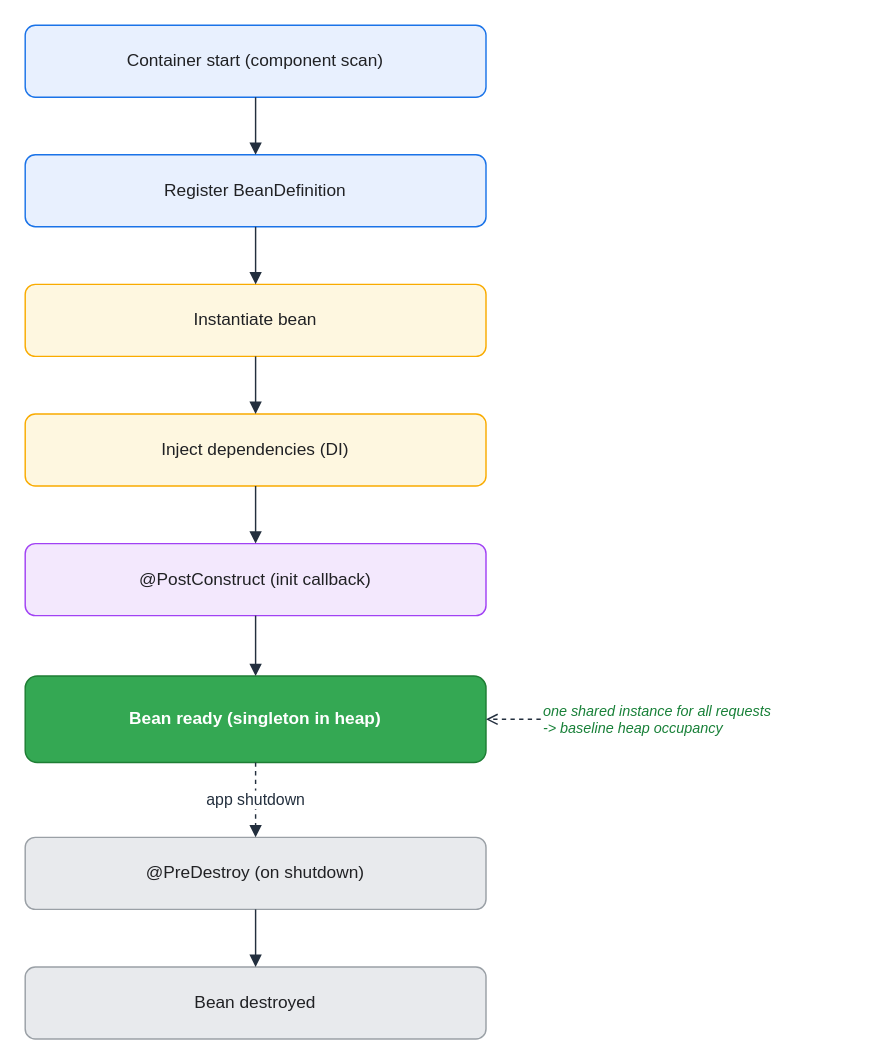
KKamJi98/kkamji98.github.io keeps this draw.io diagram as assets/img/spring/spring-04-bean-lifecycle.drawio. Above is the earlier version. Source tidied: cells renumbered, new cells numbered last; positions are measured from the earlier drawing's top-left corner, leaving out a move shared by most shapes. Both pictures are drawn from the tidied source at 144%, with x=0, y=0 at pixel (24, 24).
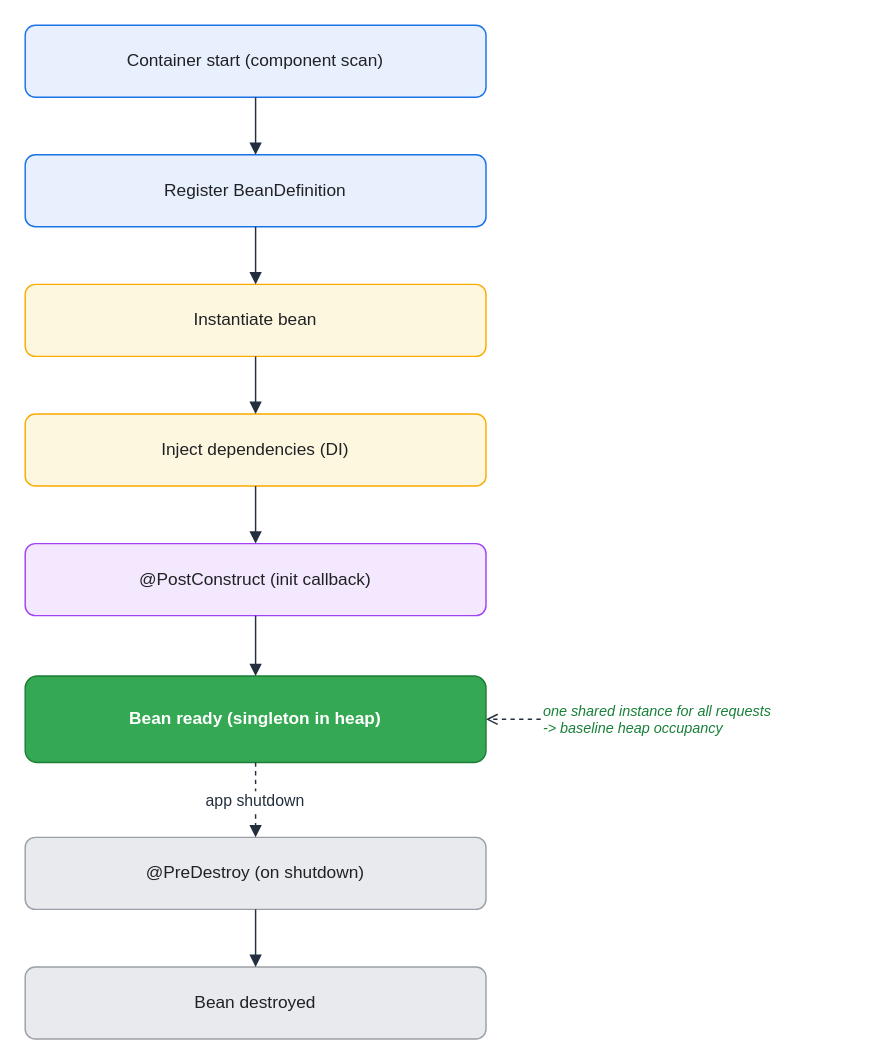
After the change.

The edit, as a diff of the source:
```diff
@@
 <mxGraphModel background="#FFFFFF">
   <root>
     <mxCell id="0" />
     <mxCell id="1" parent="0" />
     <mxCell id="2" value="Container start (component scan)" style="rounded=1;whiteSpace=wrap;html=1;arcSize=14;shadow=0;fillColor=#E8F0FE;strokeColor=#1A73E8;fontColor=#202124;" parent="1" vertex="1">
       <mxGeometry width="320" height="50" as="geometry" />
     </mxCell>
     <mxCell id="3" value="Register BeanDefinition" style="rounded=1;whiteSpace=wrap;html=1;arcSize=14;shadow=0;fillColor=#E8F0FE;strokeColor=#1A73E8;fontColor=#202124;" parent="1" vertex="1">
       <mxGeometry y="90" width="320" height="50" as="geometry" />
     </mxCell>
     <mxCell id="4" value="Instantiate bean" style="rounded=1;whiteSpace=wrap;html=1;arcSize=14;shadow=0;fillColor=#FEF7E0;strokeColor=#F9AB00;fontColor=#202124;" parent="1" vertex="1">
       <mxGeometry y="180" width="320" height="50" as="geometry" />
     </mxCell>
     <mxCell id="5" value="Inject dependencies (DI)" style="rounded=1;whiteSpace=wrap;html=1;arcSize=14;shadow=0;fillColor=#FEF7E0;strokeColor=#F9AB00;fontColor=#202124;" parent="1" vertex="1">
       <mxGeometry y="270" width="320" height="50" as="geometry" />
     </mxCell>
     <mxCell id="6" value="@PostConstruct (init callback)" style="rounded=1;whiteSpace=wrap;html=1;arcSize=14;shadow=0;fillColor=#F3E8FD;strokeColor=#A142F4;fontColor=#202124;" parent="1" vertex="1">
       <mxGeometry y="360" width="320" height="50" as="geometry" />
     </mxCell>
     <mxCell id="7" value="&lt;font style=&quot;color: rgb(255, 255, 255);&quot;&gt;Bean ready (singleton in heap)&lt;/font&gt;" style="rounded=1;whiteSpace=wrap;html=1;arcSize=14;shadow=0;fillColor=#34A853;strokeColor=#1E7E34;fontColor=#FFFFFF;fontStyle=1;" parent="1" vertex="1">
       <mxGeometry y="452" width="320" height="60" as="geometry" />
     </mxCell>
     <mxCell id="8" value="@PreDestroy (on shutdown)" style="rounded=1;whiteSpace=wrap;html=1;arcSize=14;shadow=0;fillColor=#E8EAED;strokeColor=#9AA0A6;fontColor=#202124;" parent="1" vertex="1">
       <mxGeometry y="564" width="320" height="50" as="geometry" />
     </mxCell>
     <mxCell id="9" value="Bean destroyed" style="rounded=1;whiteSpace=wrap;html=1;arcSize=14;shadow=0;fillColor=#E8EAED;strokeColor=#9AA0A6;fontColor=#202124;" parent="1" vertex="1">
       <mxGeometry y="654" width="320" height="50" as="geometry" />
     </mxCell>
     <mxCell id="10" value="one shared instance for all requests&#10;-&gt; baseline heap occupancy" style="text;html=1;align=left;verticalAlign=middle;whiteSpace=wrap;fontSize=10;fontColor=#188038;fontStyle=2;" parent="1" vertex="1">
       <mxGeometry x="358" y="452" width="220" height="60" as="geometry" />
     </mxCell>
     <mxCell id="11" style="edgeStyle=orthogonalEdgeStyle;rounded=1;html=1;strokeColor=#232F3E;fontColor=#232F3E;labelBackgroundColor=none;endArrow=block;exitX=0.5;exitY=1;exitDx=0;exitDy=0;entryX=0.5;entryY=0;entryDx=0;entryDy=0;" parent="1" edge="1" source="2" target="3">
       <mxGeometry relative="1" as="geometry" />
     </mxCell>
     <mxCell id="12" style="edgeStyle=orthogonalEdgeStyle;rounded=1;html=1;strokeColor=#232F3E;fontColor=#232F3E;labelBackgroundColor=none;endArrow=block;exitX=0.5;exitY=1;exitDx=0;exitDy=0;entryX=0.5;entryY=0;entryDx=0;entryDy=0;" parent="1" edge="1" source="3" target="4">
       <mxGeometry relative="1" as="geometry" />
     </mxCell>
     <mxCell id="13" style="edgeStyle=orthogonalEdgeStyle;rounded=1;html=1;strokeColor=#232F3E;fontColor=#232F3E;labelBackgroundColor=none;endArrow=block;exitX=0.5;exitY=1;exitDx=0;exitDy=0;entryX=0.5;entryY=0;entryDx=0;entryDy=0;" parent="1" edge="1" source="4" target="5">
       <mxGeometry relative="1" as="geometry" />
     </mxCell>
     <mxCell id="14" style="edgeStyle=orthogonalEdgeStyle;rounded=1;html=1;strokeColor=#232F3E;fontColor=#232F3E;labelBackgroundColor=none;endArrow=block;exitX=0.5;exitY=1;exitDx=0;exitDy=0;entryX=0.5;entryY=0;entryDx=0;entryDy=0;" parent="1" edge="1" source="5" target="6">
       <mxGeometry relative="1" as="geometry" />
     </mxCell>
     <mxCell id="15" style="edgeStyle=orthogonalEdgeStyle;rounded=1;html=1;strokeColor=#232F3E;fontColor=#232F3E;labelBackgroundColor=none;endArrow=block;exitX=0.5;exitY=1;exitDx=0;exitDy=0;entryX=0.5;entryY=0;entryDx=0;entryDy=0;" parent="1" edge="1" source="6" target="7">
       <mxGeometry relative="1" as="geometry" />
     </mxCell>
-    <mxCell id="16" value="app shutdown" style="edgeStyle=orthogonalEdgeStyle;rounded=1;html=1;dashed=1;strokeColor=#232F3E;fontColor=#232F3E;labelBackgroundColor=#FFFFFF;endArrow=block;exitX=0.5;exitY=1;exitDx=0;exitDy=0;entryX=0.5;entryY=0;entryDx=0;entryDy=0;" parent="1" edge="1" source="7" target="8">
+    <mxCell id="16" value="app shutdown" style="edgeStyle=orthogonalEdgeStyle;rounded=1;html=0;dashed=1;strokeColor=#232F3E;fontColor=#232F3E;labelBackgroundColor=#FFFFFF;endArrow=block;exitX=0.5;exitY=1;exitDx=0;exitDy=0;entryX=0.5;entryY=0;entryDx=0;entryDy=0;" parent="1" edge="1" source="7" target="8">
       <mxGeometry relative="1" as="geometry" />
     </mxCell>
     <mxCell id="17" style="edgeStyle=orthogonalEdgeStyle;rounded=1;html=1;strokeColor=#232F3E;fontColor=#232F3E;labelBackgroundColor=none;endArrow=block;exitX=0.5;exitY=1;exitDx=0;exitDy=0;entryX=0.5;entryY=0;entryDx=0;entryDy=0;" parent="1" edge="1" source="8" target="9">
       <mxGeometry relative="1" as="geometry" />
     </mxCell>
     <mxCell id="18" style="edgeStyle=orthogonalEdgeStyle;rounded=1;html=1;dashed=1;strokeColor=#232F3E;fontColor=#232F3E;labelBackgroundColor=none;endArrow=open;endSize=6;exitX=0;exitY=0.5;exitDx=0;exitDy=0;entryX=1;entryY=0.5;entryDx=0;entryDy=0;" parent="1" edge="1" source="10" target="7">
       <mxGeometry relative="1" as="geometry" />
     </mxCell>
   </root>
 </mxGraphModel>
```
